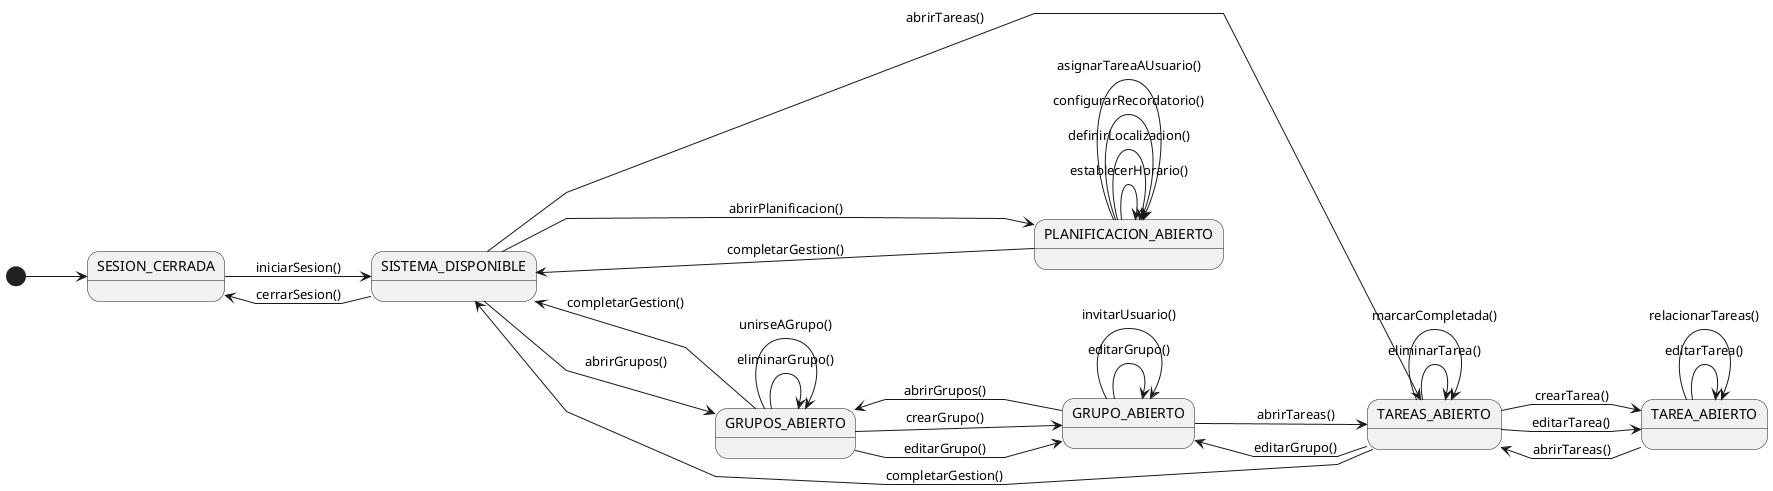
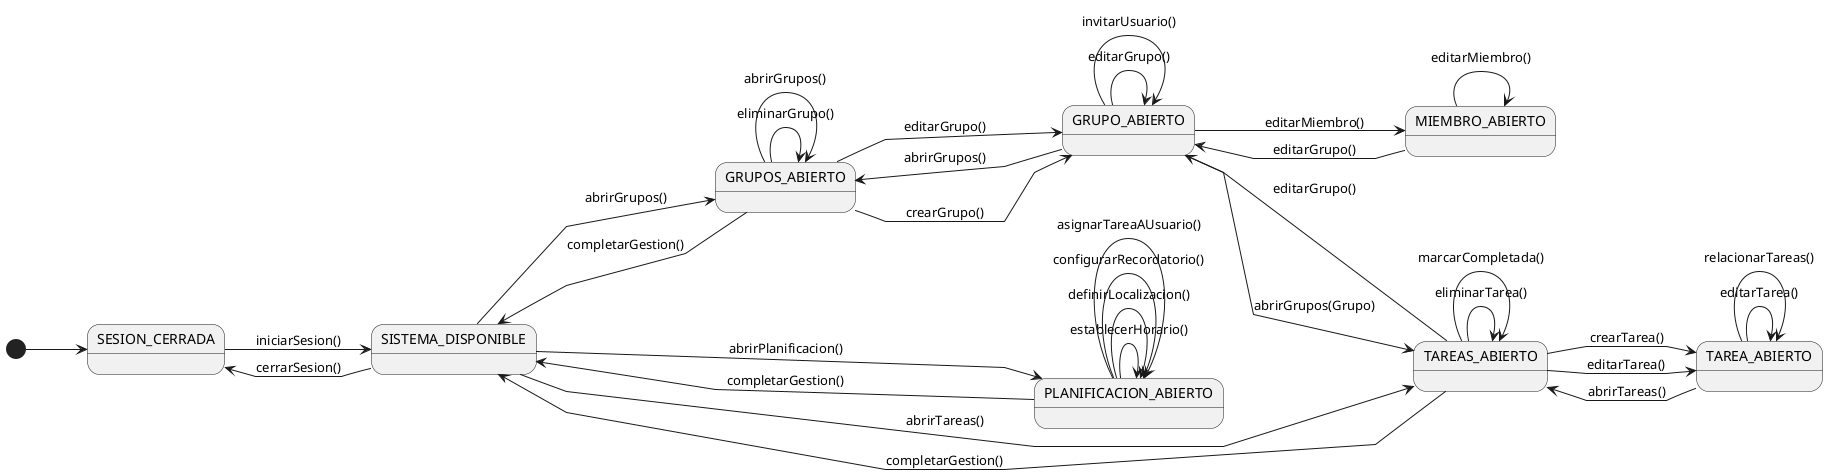
@startuml DiagramaContextoAdmin
left to right direction
skinparam linetype polyline

state "SESION_CERRADA" as NoAuth
state "SISTEMA_DISPONIBLE" as Menu

state "PLANIFICACION_ABIERTO" as Planificacion

state "TAREAS_ABIERTO" as ListProgramas
state "TAREA_ABIERTO" as EditPrograma

state "GRUPOS_ABIERTO" as ListGrupos
state "GRUPO_ABIERTO" as EditGrupo

+ state "MIEMBRO_ABIERTO" as EditMiembro

[*] --> NoAuth

NoAuth --> Menu : iniciarSesion()

Menu --> NoAuth : cerrarSesion()
Menu --> ListProgramas: abrirTareas()
Menu --> ListGrupos: abrirGrupos()
Menu ---> Planificacion: abrirPlanificacion()

Planificacion --> Planificacion: establecerHorario()
Planificacion --> Planificacion: definirLocalizacion()
Planificacion --> Planificacion: configurarRecordatorio()
Planificacion --> Planificacion: asignarTareaAUsuario()

ListProgramas --> EditPrograma: crearTarea()
ListProgramas --> EditPrograma: editarTarea()
ListProgramas --> ListProgramas: eliminarTarea()
ListProgramas --> ListProgramas: marcarCompletada()
ListProgramas --> EditGrupo: editarGrupo()

EditPrograma --> EditPrograma: editarTarea()
EditPrograma --> ListProgramas: abrirTareas()
EditPrograma --> EditPrograma: relacionarTareas()

ListGrupos --> EditGrupo: crearGrupo()
ListGrupos --> EditGrupo: editarGrupo()
ListGrupos --> ListGrupos: eliminarGrupo()
- ListGrupos --> ListGrupos: unirseAGrupo()
+ ListGrupos --> ListGrupos: abrirGrupos()

- EditGrupo --> ListProgramas: abrirTareas()
+ EditGrupo --> ListProgramas: abrirGrupos(Grupo)
EditGrupo --> ListGrupos: abrirGrupos()
EditGrupo --> EditGrupo: editarGrupo()
EditGrupo --> EditGrupo: invitarUsuario()
+ EditGrupo --> EditMiembro: editarMiembro()
+ 
+ EditMiembro --> EditGrupo: editarGrupo()
+ EditMiembro --> EditMiembro: editarMiembro()

ListProgramas --> Menu: completarGestion()
ListGrupos --> Menu: completarGestion()
Planificacion --> Menu: completarGestion()
@enduml